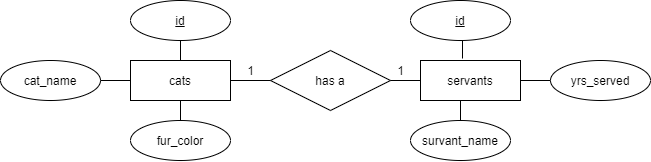
Above: chen/kardinalitäten01.png in SvenTigges/WB-models (draw.io), before the change. Source tidied: cells renumbered, new cells last; positions are measured from the earlier drawing's top-left corner, leaving out a move shared by most shapes. The source it was exported from:
```xml
<mxGraphModel>
  <root>
    <mxCell id="0" />
    <mxCell id="1" parent="0" />
    <mxCell id="2" value="&lt;u&gt;id&lt;/u&gt;" style="ellipse;whiteSpace=wrap;html=1;align=center;" parent="1" vertex="1">
      <mxGeometry x="130" width="100" height="40" as="geometry" />
    </mxCell>
    <mxCell id="3" value="cats" style="whiteSpace=wrap;html=1;align=center;" parent="1" vertex="1">
      <mxGeometry x="130" y="60" width="100" height="40" as="geometry" />
    </mxCell>
    <mxCell id="4" style="line;strokeWidth=1;dashed=0;labelPosition=right;align=left;verticalAlign=middle;spacingTop=0;spacingLeft=6;" parent="1" vertex="1">
      <mxGeometry x="60" y="75" width="70" height="10" as="geometry" />
    </mxCell>
    <mxCell id="5" style="endArrow=none;html=1;rounded=0;entryX=0.5;entryY=0;entryDx=0;entryDy=0;startArrow=none;" parent="1" edge="1" source="19">
      <mxGeometry relative="1" as="geometry">
        <mxPoint x="180" y="150" as="targetPoint" />
      </mxGeometry>
    </mxCell>
    <mxCell id="6" style="endArrow=none;html=1;rounded=0;exitX=0.5;exitY=1;exitDx=0;exitDy=0;entryX=0.5;entryY=0;entryDx=0;entryDy=0;" parent="1" edge="1" source="2" target="3">
      <mxGeometry relative="1" as="geometry" />
    </mxCell>
    <mxCell id="7" value="has a" style="shape=rhombus;perimeter=rhombusPerimeter;whiteSpace=wrap;html=1;align=center;" parent="1" vertex="1">
      <mxGeometry x="270" y="50" width="120" height="60" as="geometry" />
    </mxCell>
    <mxCell id="8" value="servants" style="whiteSpace=wrap;html=1;align=center;" parent="1" vertex="1">
      <mxGeometry x="420" y="60" width="100" height="40" as="geometry" />
    </mxCell>
    <mxCell id="9" value="yrs_served" style="ellipse;whiteSpace=wrap;html=1;align=center;" parent="1" vertex="1">
      <mxGeometry x="550" y="60" width="100" height="40" as="geometry" />
    </mxCell>
    <mxCell id="10" value="&lt;u&gt;id&lt;/u&gt;" style="ellipse;whiteSpace=wrap;html=1;align=center;" parent="1" vertex="1">
      <mxGeometry x="410" width="100" height="40" as="geometry" />
    </mxCell>
    <mxCell id="11" value="survant_name" style="ellipse;whiteSpace=wrap;html=1;align=center;" parent="1" vertex="1">
      <mxGeometry x="410" y="120" width="100" height="40" as="geometry" />
    </mxCell>
    <mxCell id="12" style="endArrow=none;html=1;rounded=0;entryX=0.42;entryY=-0.05;entryDx=0;entryDy=0;entryPerimeter=0;" parent="1" edge="1" target="8">
      <mxGeometry relative="1" as="geometry">
        <mxPoint x="462" y="40" as="sourcePoint" />
      </mxGeometry>
    </mxCell>
    <mxCell id="13" style="endArrow=none;html=1;rounded=0;entryX=0.5;entryY=0;entryDx=0;entryDy=0;exitX=0.5;exitY=1;exitDx=0;exitDy=0;" parent="1" edge="1" source="8" target="11">
      <mxGeometry relative="1" as="geometry">
        <Array as="points">
          <mxPoint x="460" y="100" />
        </Array>
      </mxGeometry>
    </mxCell>
    <mxCell id="14" style="endArrow=none;html=1;rounded=0;" parent="1" edge="1">
      <mxGeometry relative="1" as="geometry">
        <mxPoint x="230" y="80" as="sourcePoint" />
        <mxPoint x="270" y="80" as="targetPoint" />
      </mxGeometry>
    </mxCell>
    <mxCell id="15" style="endArrow=none;html=1;rounded=0;" parent="1" edge="1">
      <mxGeometry relative="1" as="geometry">
        <mxPoint x="390" y="80" as="sourcePoint" />
        <mxPoint x="420" y="80" as="targetPoint" />
      </mxGeometry>
    </mxCell>
    <mxCell id="16" value="cat_name" style="ellipse;whiteSpace=wrap;html=1;align=center;" parent="1" vertex="1">
      <mxGeometry y="60" width="100" height="40" as="geometry" />
    </mxCell>
    <mxCell id="17" value="1" style="text;html=1;align=center;verticalAlign=middle;strokeColor=none;" parent="1" vertex="1">
      <mxGeometry x="240" y="60" width="20" height="20" as="geometry" />
    </mxCell>
    <mxCell id="18" value="1" style="text;html=1;align=center;verticalAlign=middle;strokeColor=none;" parent="1" vertex="1">
      <mxGeometry x="390" y="60" width="20" height="20" as="geometry" />
    </mxCell>
    <mxCell id="19" value="fur_color" style="ellipse;whiteSpace=wrap;html=1;align=center;" parent="1" vertex="1">
      <mxGeometry x="130" y="120" width="100" height="40" as="geometry" />
    </mxCell>
    <mxCell id="20" style="endArrow=none;html=1;rounded=0;entryX=0.5;entryY=0;entryDx=0;entryDy=0;" parent="1" edge="1" target="19">
      <mxGeometry relative="1" as="geometry">
        <mxPoint x="180" y="100" as="sourcePoint" />
      </mxGeometry>
    </mxCell>
    <mxCell id="21" style="edgeStyle=orthogonalEdgeStyle;rounded=0;orthogonalLoop=1;jettySize=auto;html=1;exitX=0.5;exitY=1;exitDx=0;exitDy=0;" parent="1" edge="1" source="8" target="8">
      <mxGeometry relative="1" as="geometry" />
    </mxCell>
    <mxCell id="22" style="line;strokeWidth=1;dashed=0;labelPosition=right;align=left;verticalAlign=middle;spacingTop=0;spacingLeft=6;" parent="1" vertex="1">
      <mxGeometry x="520" y="75" width="30" height="10" as="geometry" />
    </mxCell>
  </root>
</mxGraphModel>
```
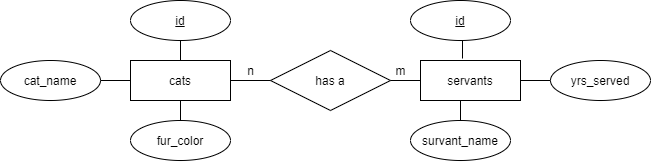
Later version of the same file.

Diff of the diagram source:
```diff
@@ -61,11 +61,11 @@
     <mxCell id="16" value="cat_name" style="ellipse;whiteSpace=wrap;html=1;align=center;" parent="1" vertex="1">
       <mxGeometry y="60" width="100" height="40" as="geometry" />
     </mxCell>
-    <mxCell id="17" value="1" style="text;html=1;align=center;verticalAlign=middle;strokeColor=none;" parent="1" vertex="1">
+    <mxCell id="17" value="n" style="text;html=1;align=center;verticalAlign=middle;strokeColor=none;" parent="1" vertex="1">
       <mxGeometry x="240" y="60" width="20" height="20" as="geometry" />
     </mxCell>
-    <mxCell id="18" value="1" style="text;html=1;align=center;verticalAlign=middle;strokeColor=none;" parent="1" vertex="1">
-      <mxGeometry x="390" y="60" width="20" height="20" as="geometry" />
+    <mxCell id="18" value="m" style="text;html=1;align=center;verticalAlign=middle;strokeColor=none;" parent="1" vertex="1">
+      <mxGeometry x="385" y="60" width="30" height="20" as="geometry" />
     </mxCell>
     <mxCell id="19" value="fur_color" style="ellipse;whiteSpace=wrap;html=1;align=center;" parent="1" vertex="1">
       <mxGeometry x="130" y="120" width="100" height="40" as="geometry" />
```
